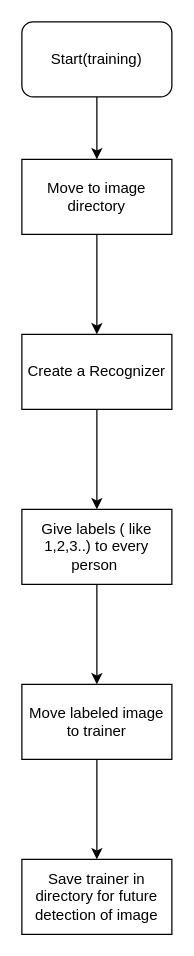
This is Documentation/Flow Diagram/train.drawio from prashantsingh2408/Face-Recognition-Attendance-System, a draw.io file, before an edit. Source tidied: cells renumbered, new cells numbered last; positions are measured from the earlier drawing's top-left corner, leaving out a move shared by most shapes. Both pictures are drawn from the tidied source at 125%, with x=0, y=0 at pixel (21, 21).
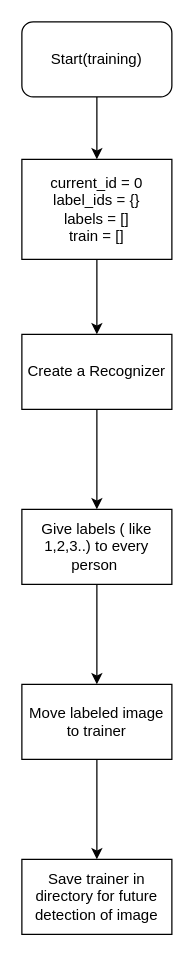
The same page after the edit.

What changed in the source:
```diff
@@
 <mxGraphModel>
   <root>
     <mxCell id="0" />
     <mxCell id="1" parent="0" />
     <mxCell id="2" style="edgeStyle=orthogonalEdgeStyle;rounded=0;jettySize=auto;html=1;" parent="1" edge="1" source="3" target="5">
       <mxGeometry relative="1" as="geometry" />
     </mxCell>
     <mxCell id="3" value="Start(training)" style="rounded=1;whiteSpace=wrap;html=1;" parent="1" vertex="1">
       <mxGeometry width="120" height="60" as="geometry" />
     </mxCell>
     <mxCell id="4" style="edgeStyle=orthogonalEdgeStyle;rounded=0;jettySize=auto;html=1;" parent="1" edge="1" source="5" target="7">
       <mxGeometry relative="1" as="geometry" />
     </mxCell>
-    <mxCell id="5" value="Move to image directory" style="rounded=0;whiteSpace=wrap;html=1;" parent="1" vertex="1">
-      <mxGeometry y="110" width="120" height="60" as="geometry" />
+    <mxCell id="5" value="current_id = 0&lt;br&gt;label_ids = {}&lt;br&gt;labels = []&lt;br&gt;train = []" style="rounded=0;whiteSpace=wrap;html=1;" parent="1" vertex="1">
+      <mxGeometry y="110" width="120" height="80" as="geometry" />
     </mxCell>
     <mxCell id="6" style="edgeStyle=orthogonalEdgeStyle;rounded=0;jettySize=auto;html=1;" parent="1" edge="1" source="7" target="9">
       <mxGeometry relative="1" as="geometry" />
     </mxCell>
     <mxCell id="7" value="Create a Recognizer" style="rounded=0;whiteSpace=wrap;html=1;" parent="1" vertex="1">
       <mxGeometry y="250" width="120" height="60" as="geometry" />
     </mxCell>
     <mxCell id="8" style="edgeStyle=orthogonalEdgeStyle;rounded=0;jettySize=auto;html=1;" parent="1" edge="1" source="9" target="11">
       <mxGeometry relative="1" as="geometry" />
     </mxCell>
     <mxCell id="9" value="Give labels ( like 1,2,3..) to every person&amp;nbsp;" style="rounded=0;whiteSpace=wrap;html=1;" parent="1" vertex="1">
       <mxGeometry y="390" width="120" height="60" as="geometry" />
     </mxCell>
     <mxCell id="10" style="edgeStyle=orthogonalEdgeStyle;rounded=0;jettySize=auto;html=1;" parent="1" edge="1" source="11" target="12">
       <mxGeometry relative="1" as="geometry" />
     </mxCell>
     <mxCell id="11" value="Move labeled image to trainer" style="rounded=0;whiteSpace=wrap;html=1;" parent="1" vertex="1">
       <mxGeometry y="530" width="120" height="60" as="geometry" />
     </mxCell>
     <mxCell id="12" value="Save trainer in directory for future detection of image" style="rounded=0;whiteSpace=wrap;html=1;" parent="1" vertex="1">
       <mxGeometry y="670" width="120" height="60" as="geometry" />
     </mxCell>
   </root>
 </mxGraphModel>
```
